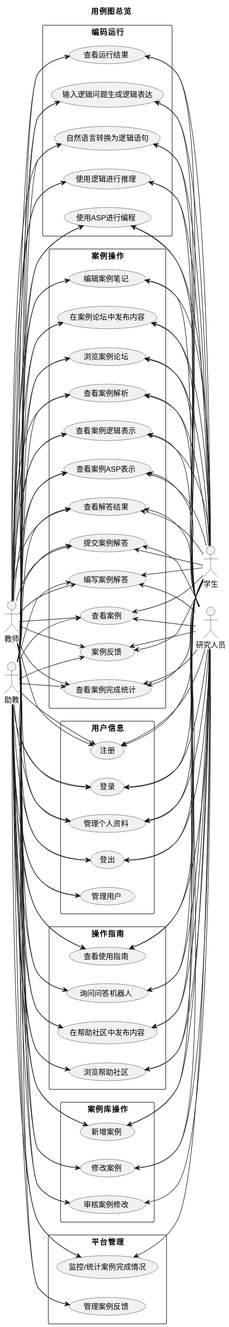
Above: platform-design/design-docs/out/my-usecase-design-v1/用例图设计.svg in reaLJR/Logical-thinking-and-programming (PlantUML), before the change.
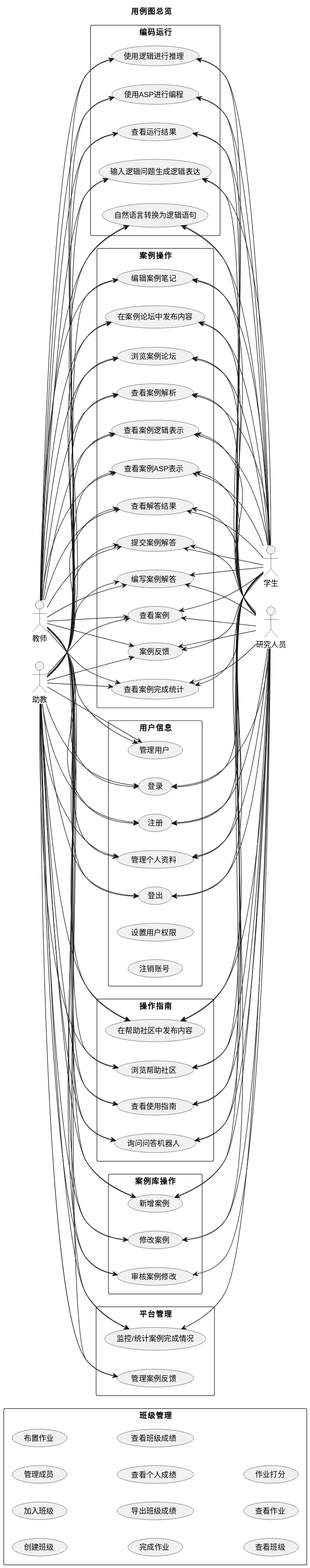
After the commit.

Change to the diagram source:
```diff
@@ -15,6 +15,9 @@
     usecase (登出) as signOut
     usecase (管理个人资料) as manageInfo
     usecase (管理用户) as manageAccount
+
+    usecase (设置用户权限) as setRight
+    usecase (注销账号) as closeAccount
 }
 
 rectangle "操作指南" {
@@ -50,6 +53,20 @@
     usecase (编辑案例笔记) as writeCaseNotes
     usecase (查看案例完成统计) as checkCaseStatistics
     usecase (案例反馈) as caseFeedback
+}
+
+rectangle "班级管理" {
+    usecase (创建班级) as createClass
+    usecase (加入班级) as joinClass
+    usecase (管理成员) as manageMember
+    usecase (布置作业) as publishHomework
+    usecase (完成作业) as finishHomework
+    usecase (导出班级成绩) as exportScore
+    usecase (查看个人成绩) as viewMyScore
+    usecase (查看班级成绩) as viewSccores
+    usecase (查看班级) as viewClass
+    usecase (查看作业) as viewHomework
+    usecase (作业打分) as setScore
 }
 
 rectangle "案例库操作" {
@@ -91,6 +108,18 @@
 usecase (查看解答结果) as checkCaseResult
 usecase (查看案例ASP表示) as caseAsp
 usecase (查看案例逻辑表示) as caseLogic
+
+usecase (创建班级) as createClass
+usecase (加入班级) as joinClass
+usecase (管理成员) as manageMember
+usecase (布置作业) as publishHomework
+usecase (完成作业) as finishHomework
+usecase (导出班级成绩) as exportScore
+usecase (查看个人成绩) as viewMyScore
+usecase (查看班级成绩) as viewSccores
+usecase (查看班级) as viewClass
+usecase (查看作业) as viewHomework
+usecase (作业打分) as setScore
 
 usecase (查看案例解析) as viewCaseAnalysis
 usecase (浏览案例论坛) as viewCaseCommunity
```
